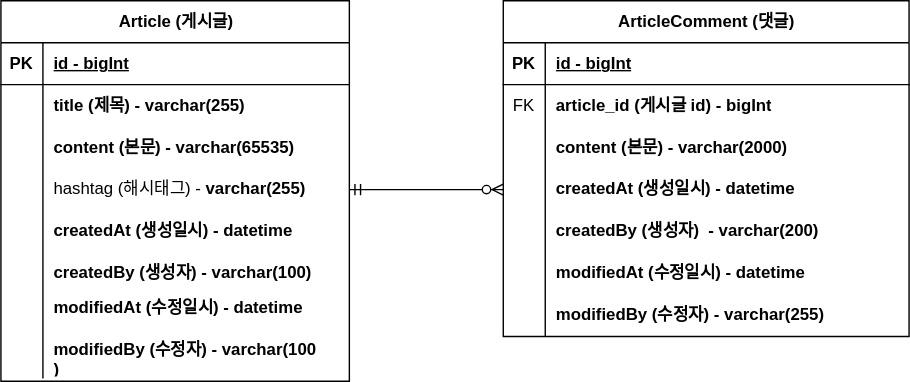
This is document/project-board-erd.svg from khan0531/campus-project-board, a draw.io export, as it was before one commit. Source tidied: cells renumbered, new cells last; positions are measured from the earlier drawing's top-left corner, leaving out a move shared by most shapes.
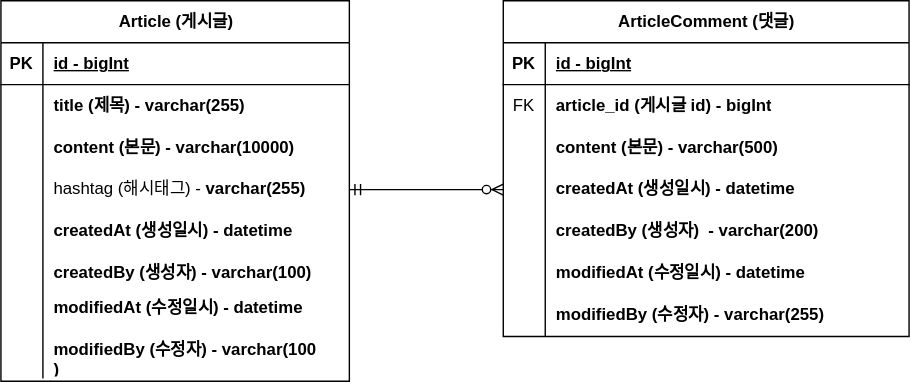
After the commit.

Commit message:
#10 - ERD 업데이트 content 크기 변경

Change to the diagram source:
```diff
@@ -29,7 +29,7 @@
     <mxCell id="10" style="shape=partialRectangle;fillColor=none;top=0;left=0;bottom=0;right=0;overflow=hidden;whiteSpace=wrap;html=1;" parent="9" vertex="1">
       <mxGeometry width="30" height="30" as="geometry" />
     </mxCell>
-    <mxCell id="11" value="content (본문) - varchar(65535)" style="shape=partialRectangle;fillColor=none;top=0;left=0;bottom=0;right=0;align=left;spacingLeft=6;overflow=hidden;whiteSpace=wrap;html=1;fontStyle=1;" parent="9" vertex="1">
+    <mxCell id="11" value="content (본문) - varchar(10000)" style="shape=partialRectangle;fillColor=none;top=0;left=0;bottom=0;right=0;align=left;spacingLeft=6;overflow=hidden;whiteSpace=wrap;html=1;fontStyle=1;" parent="9" vertex="1">
       <mxGeometry x="30" width="219" height="30" as="geometry" />
     </mxCell>
     <mxCell id="12" style="shape=tableRow;horizontal=0;startSize=0;swimlaneHead=0;swimlaneBody=0;fillColor=none;points=[[0,0.5],[1,0.5]];portConstraint=eastwest;top=0;left=0;right=0;bottom=0;" parent="2" vertex="1">
@@ -104,7 +104,7 @@
     <mxCell id="35" style="shape=partialRectangle;fillColor=none;top=0;left=0;bottom=0;right=0;overflow=hidden;whiteSpace=wrap;html=1;" parent="34" vertex="1">
       <mxGeometry width="30" height="30" as="geometry" />
     </mxCell>
-    <mxCell id="36" value="content (본문)&amp;nbsp;- varchar(2000)" style="shape=partialRectangle;fillColor=none;top=0;left=0;bottom=0;right=0;align=left;spacingLeft=6;overflow=hidden;whiteSpace=wrap;html=1;fontStyle=1;" parent="34" vertex="1">
+    <mxCell id="36" value="content (본문)&amp;nbsp;- varchar(500)" style="shape=partialRectangle;fillColor=none;top=0;left=0;bottom=0;right=0;align=left;spacingLeft=6;overflow=hidden;whiteSpace=wrap;html=1;fontStyle=1;" parent="34" vertex="1">
       <mxGeometry x="30" width="260" height="30" as="geometry" />
     </mxCell>
     <mxCell id="37" style="shape=tableRow;horizontal=0;startSize=0;swimlaneHead=0;swimlaneBody=0;fillColor=none;points=[[0,0.5],[1,0.5]];portConstraint=eastwest;top=0;left=0;right=0;bottom=0;" parent="27" vertex="1">
```
